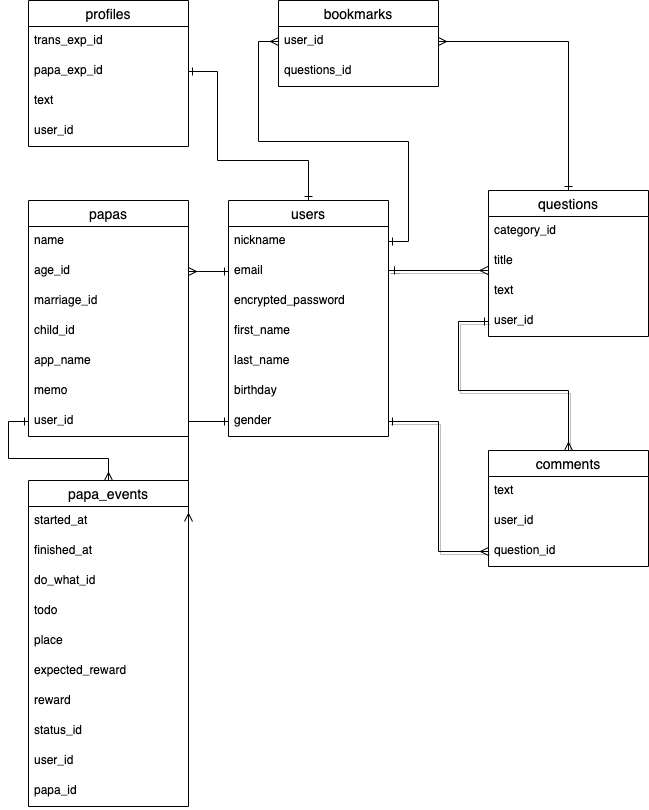
Before: ER.drawio.png, a diagram exported from draw.io (Chukoto/wyvez-test). Source tidied: cells renumbered, new cells last; positions are measured from the earlier drawing's top-left corner, leaving out a move shared by most shapes.
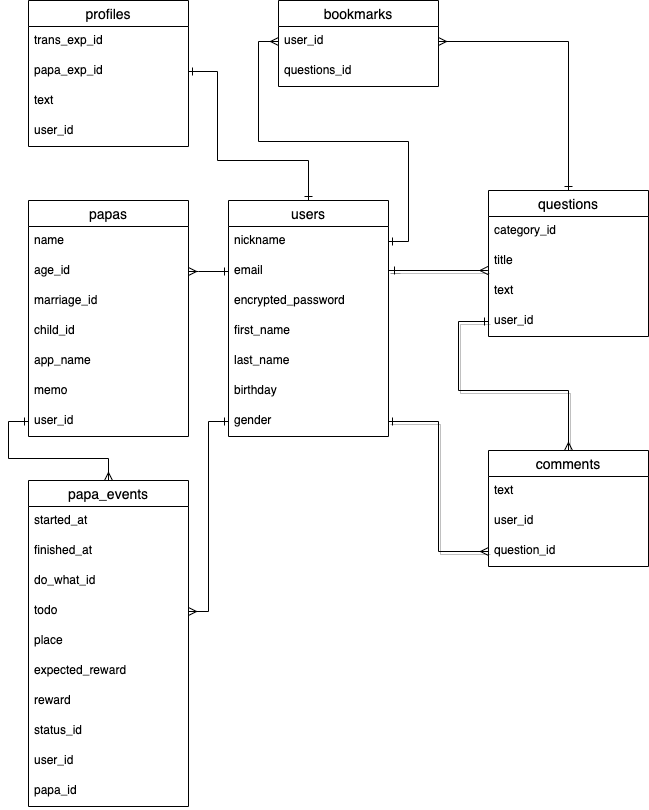
The same diagram one commit later.

What changed in the source:
```diff
@@ -185,9 +185,12 @@
     <mxCell id="53" value="papa_id" style="text;strokeColor=none;fillColor=none;spacingLeft=4;spacingRight=4;overflow=hidden;fontSize=12;" parent="43" vertex="1">
       <mxGeometry y="296" width="160" height="30" as="geometry" />
     </mxCell>
-    <mxCell id="54" style="edgeStyle=orthogonalEdgeStyle;rounded=0;jettySize=auto;html=1;exitX=1;exitY=0.5;exitDx=0;exitDy=0;entryX=0;entryY=0.5;entryDx=0;entryDy=0;endArrow=ERone;endFill=0;startArrow=ERmany;startFill=0;" parent="1" edge="1" target="32">
+    <mxCell id="54" style="edgeStyle=orthogonalEdgeStyle;rounded=0;jettySize=auto;html=1;entryX=0;entryY=0.5;entryDx=0;entryDy=0;endArrow=ERone;endFill=0;startArrow=ERmany;startFill=0;exitX=1;exitY=0.5;exitDx=0;exitDy=0;" parent="1" edge="1" source="47" target="32">
       <mxGeometry relative="1" as="geometry">
-        <mxPoint x="160" y="521" as="sourcePoint" />
+        <Array as="points">
+          <mxPoint x="180" y="611" />
+          <mxPoint x="180" y="421" />
+        </Array>
       </mxGeometry>
     </mxCell>
   </root>
```
